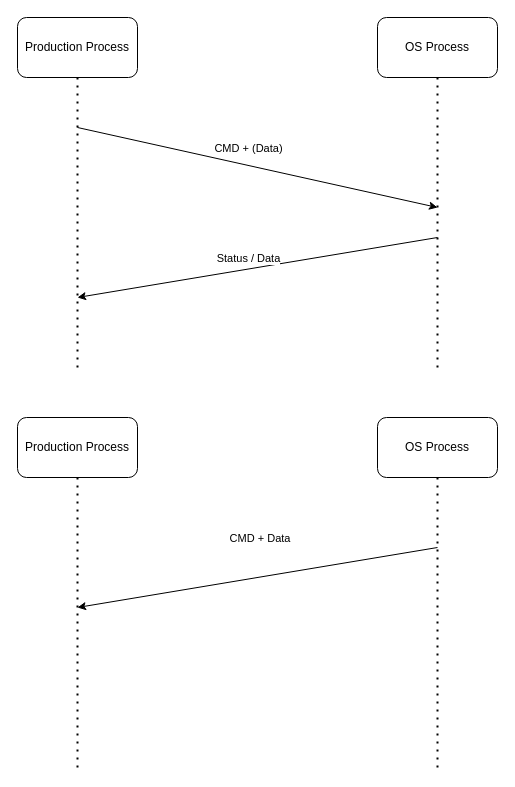
This is page "Sinorio" (2 of 2) of SG9KG5/Production.drawio from Jasson-Chou/Software-Projects, a draw.io file, before an edit. Source tidied: cells renumbered, new cells numbered last; positions are measured from the earlier drawing's top-left corner, leaving out a move shared by most shapes. Both pictures are drawn from the tidied source at 100%, with x=0, y=0 at pixel (17, 17).
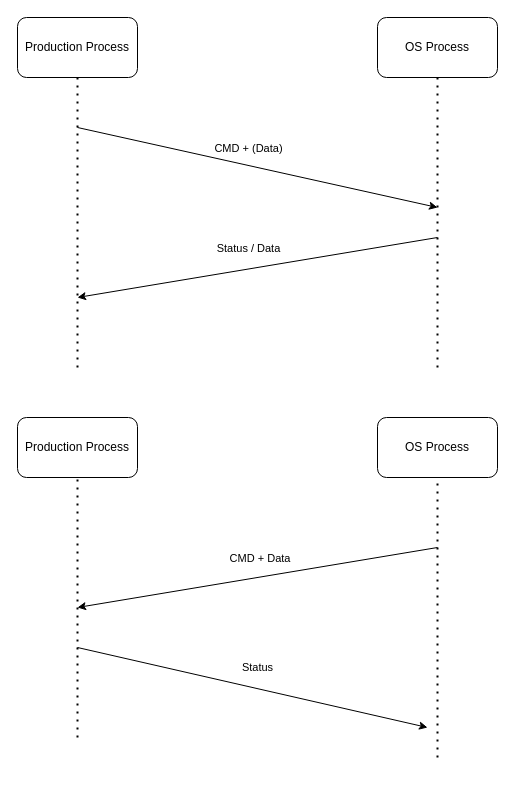
The same diagram, later.

Unchanged cells that the change refers to:
```xml
<mxCell id="8" style="endArrow=classic;html=1;" parent="1" edge="1">
  <mxGeometry relative="1" as="geometry">
    <mxPoint x="420" y="220" as="sourcePoint" />
    <mxPoint x="60" y="280" as="targetPoint" />
  </mxGeometry>
</mxCell>
<mxCell id="10" value="Production Process" style="rounded=1;whiteSpace=wrap;html=1;" parent="1" vertex="1">
  <mxGeometry y="400" width="120" height="60" as="geometry" />
</mxCell>
<mxCell id="11" value="OS Process" style="rounded=1;whiteSpace=wrap;html=1;" parent="1" vertex="1">
  <mxGeometry x="360" y="400" width="120" height="60" as="geometry" />
</mxCell>
<mxCell id="14" style="endArrow=classic;html=1;" parent="1" edge="1">
  <mxGeometry relative="1" as="geometry">
    <mxPoint x="420" y="530" as="sourcePoint" />
    <mxPoint x="60" y="590" as="targetPoint" />
  </mxGeometry>
</mxCell>
```

The edit, as a diff of the source:
```diff
@@
-    <mxCell id="9" value="Status / Data" style="edgeLabel;html=1;align=center;verticalAlign=middle;" parent="8" vertex="1">
+    <mxCell id="9" value="Status / Data" style="edgeLabel;html=1;align=center;verticalAlign=middle;labelBackgroundColor=none;" parent="8" vertex="1">
       <mxGeometry x="-0.19" relative="1" as="geometry">
-        <mxPoint x="-44" y="-4" as="offset" />
+        <mxPoint x="-44" y="-14" as="offset" />
       </mxGeometry>
     </mxCell>
@@
     <mxCell id="12" style="endArrow=none;dashed=1;html=1;dashPattern=1 3;strokeWidth=2;entryX=0.5;entryY=1;entryDx=0;entryDy=0;" parent="1" edge="1" target="10">
       <mxGeometry relative="1" as="geometry">
-        <mxPoint x="60" y="750" as="sourcePoint" />
+        <mxPoint x="60" y="720" as="sourcePoint" />
       </mxGeometry>
     </mxCell>
     <mxCell id="13" style="endArrow=none;dashed=1;html=1;dashPattern=1 3;strokeWidth=2;" parent="1" edge="1" target="11">
       <mxGeometry relative="1" as="geometry">
-        <mxPoint x="420" y="750" as="sourcePoint" />
+        <mxPoint x="420" y="740" as="sourcePoint" />
       </mxGeometry>
     </mxCell>
@@
     <mxCell id="15" value="&amp;nbsp;CMD + Data" style="edgeLabel;html=1;align=center;verticalAlign=middle;labelBackgroundColor=none;" parent="14" vertex="1">
       <mxGeometry x="-0.19" relative="1" as="geometry">
-        <mxPoint x="-34" y="-34" as="offset" />
+        <mxPoint x="-34" y="-14" as="offset" />
       </mxGeometry>
     </mxCell>
+    <mxCell id="16" style="endArrow=classic;html=1;" parent="1" edge="1">
+      <mxGeometry relative="1" as="geometry">
+        <mxPoint x="60" y="630" as="sourcePoint" />
+        <mxPoint x="410" y="710" as="targetPoint" />
+      </mxGeometry>
+    </mxCell>
+    <mxCell id="17" value="Status" style="edgeLabel;html=1;align=center;verticalAlign=middle;labelBackgroundColor=none;" parent="16" vertex="1">
+      <mxGeometry x="-0.19" relative="1" as="geometry">
+        <mxPoint x="38" y="-13" as="offset" />
+      </mxGeometry>
+    </mxCell>
```
